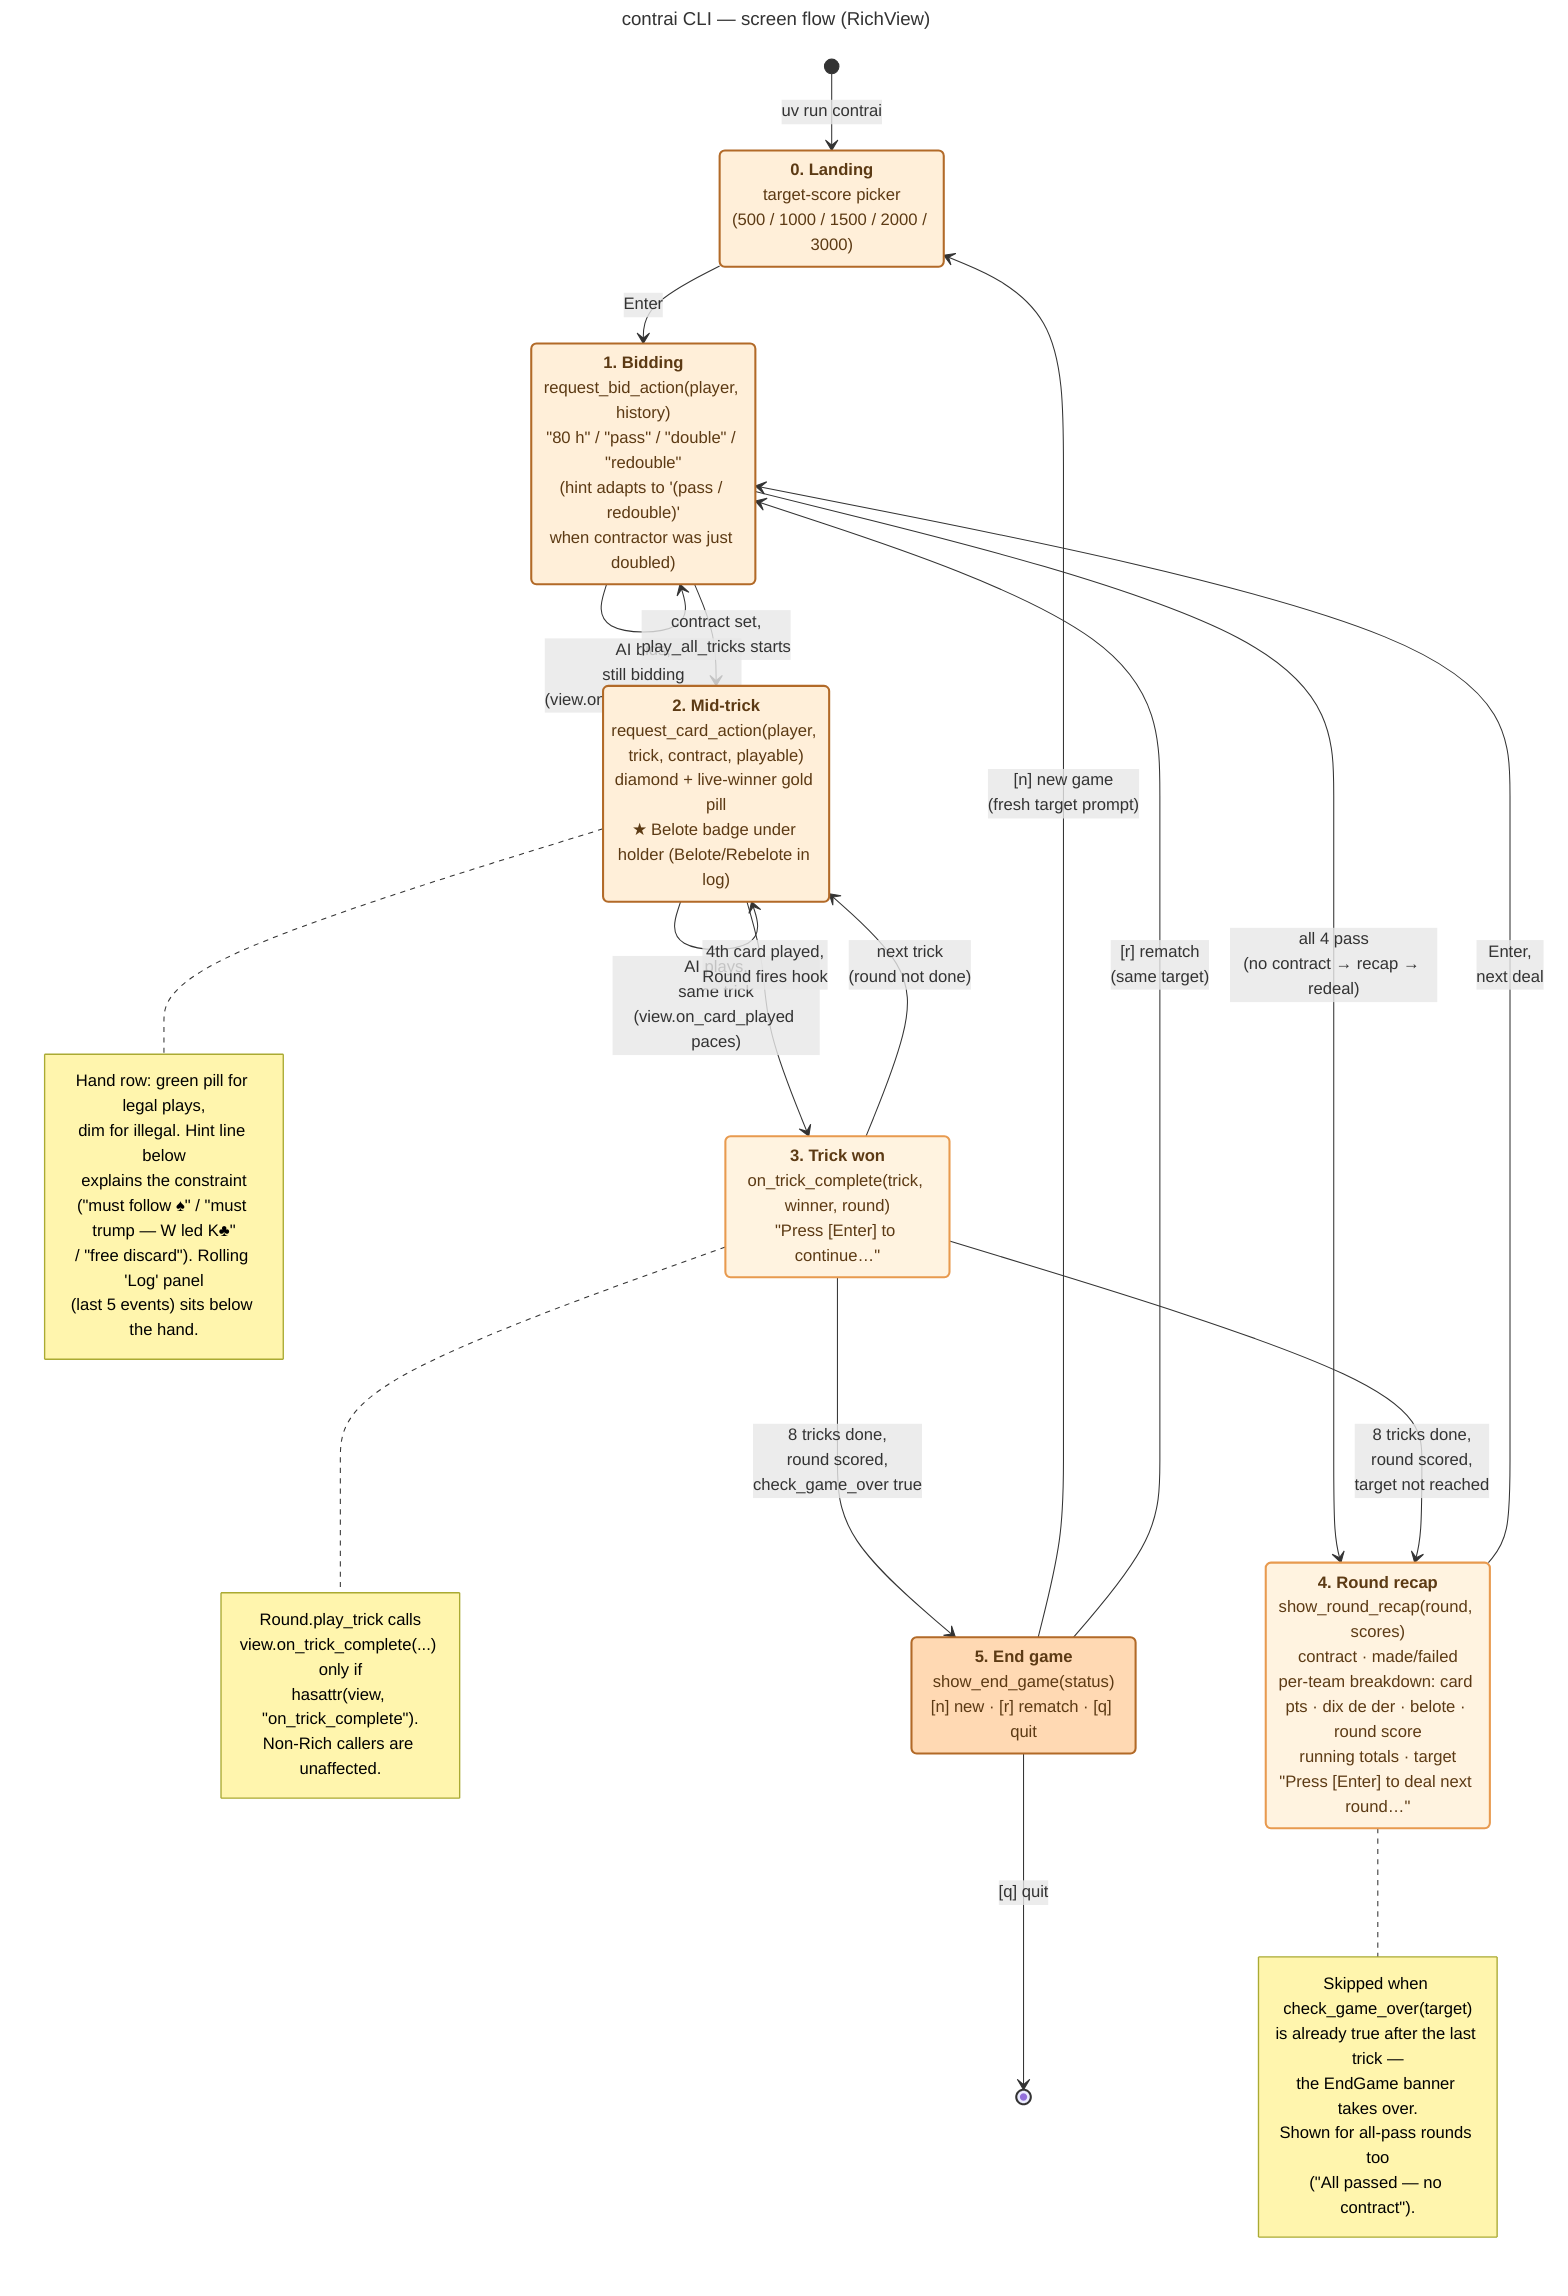
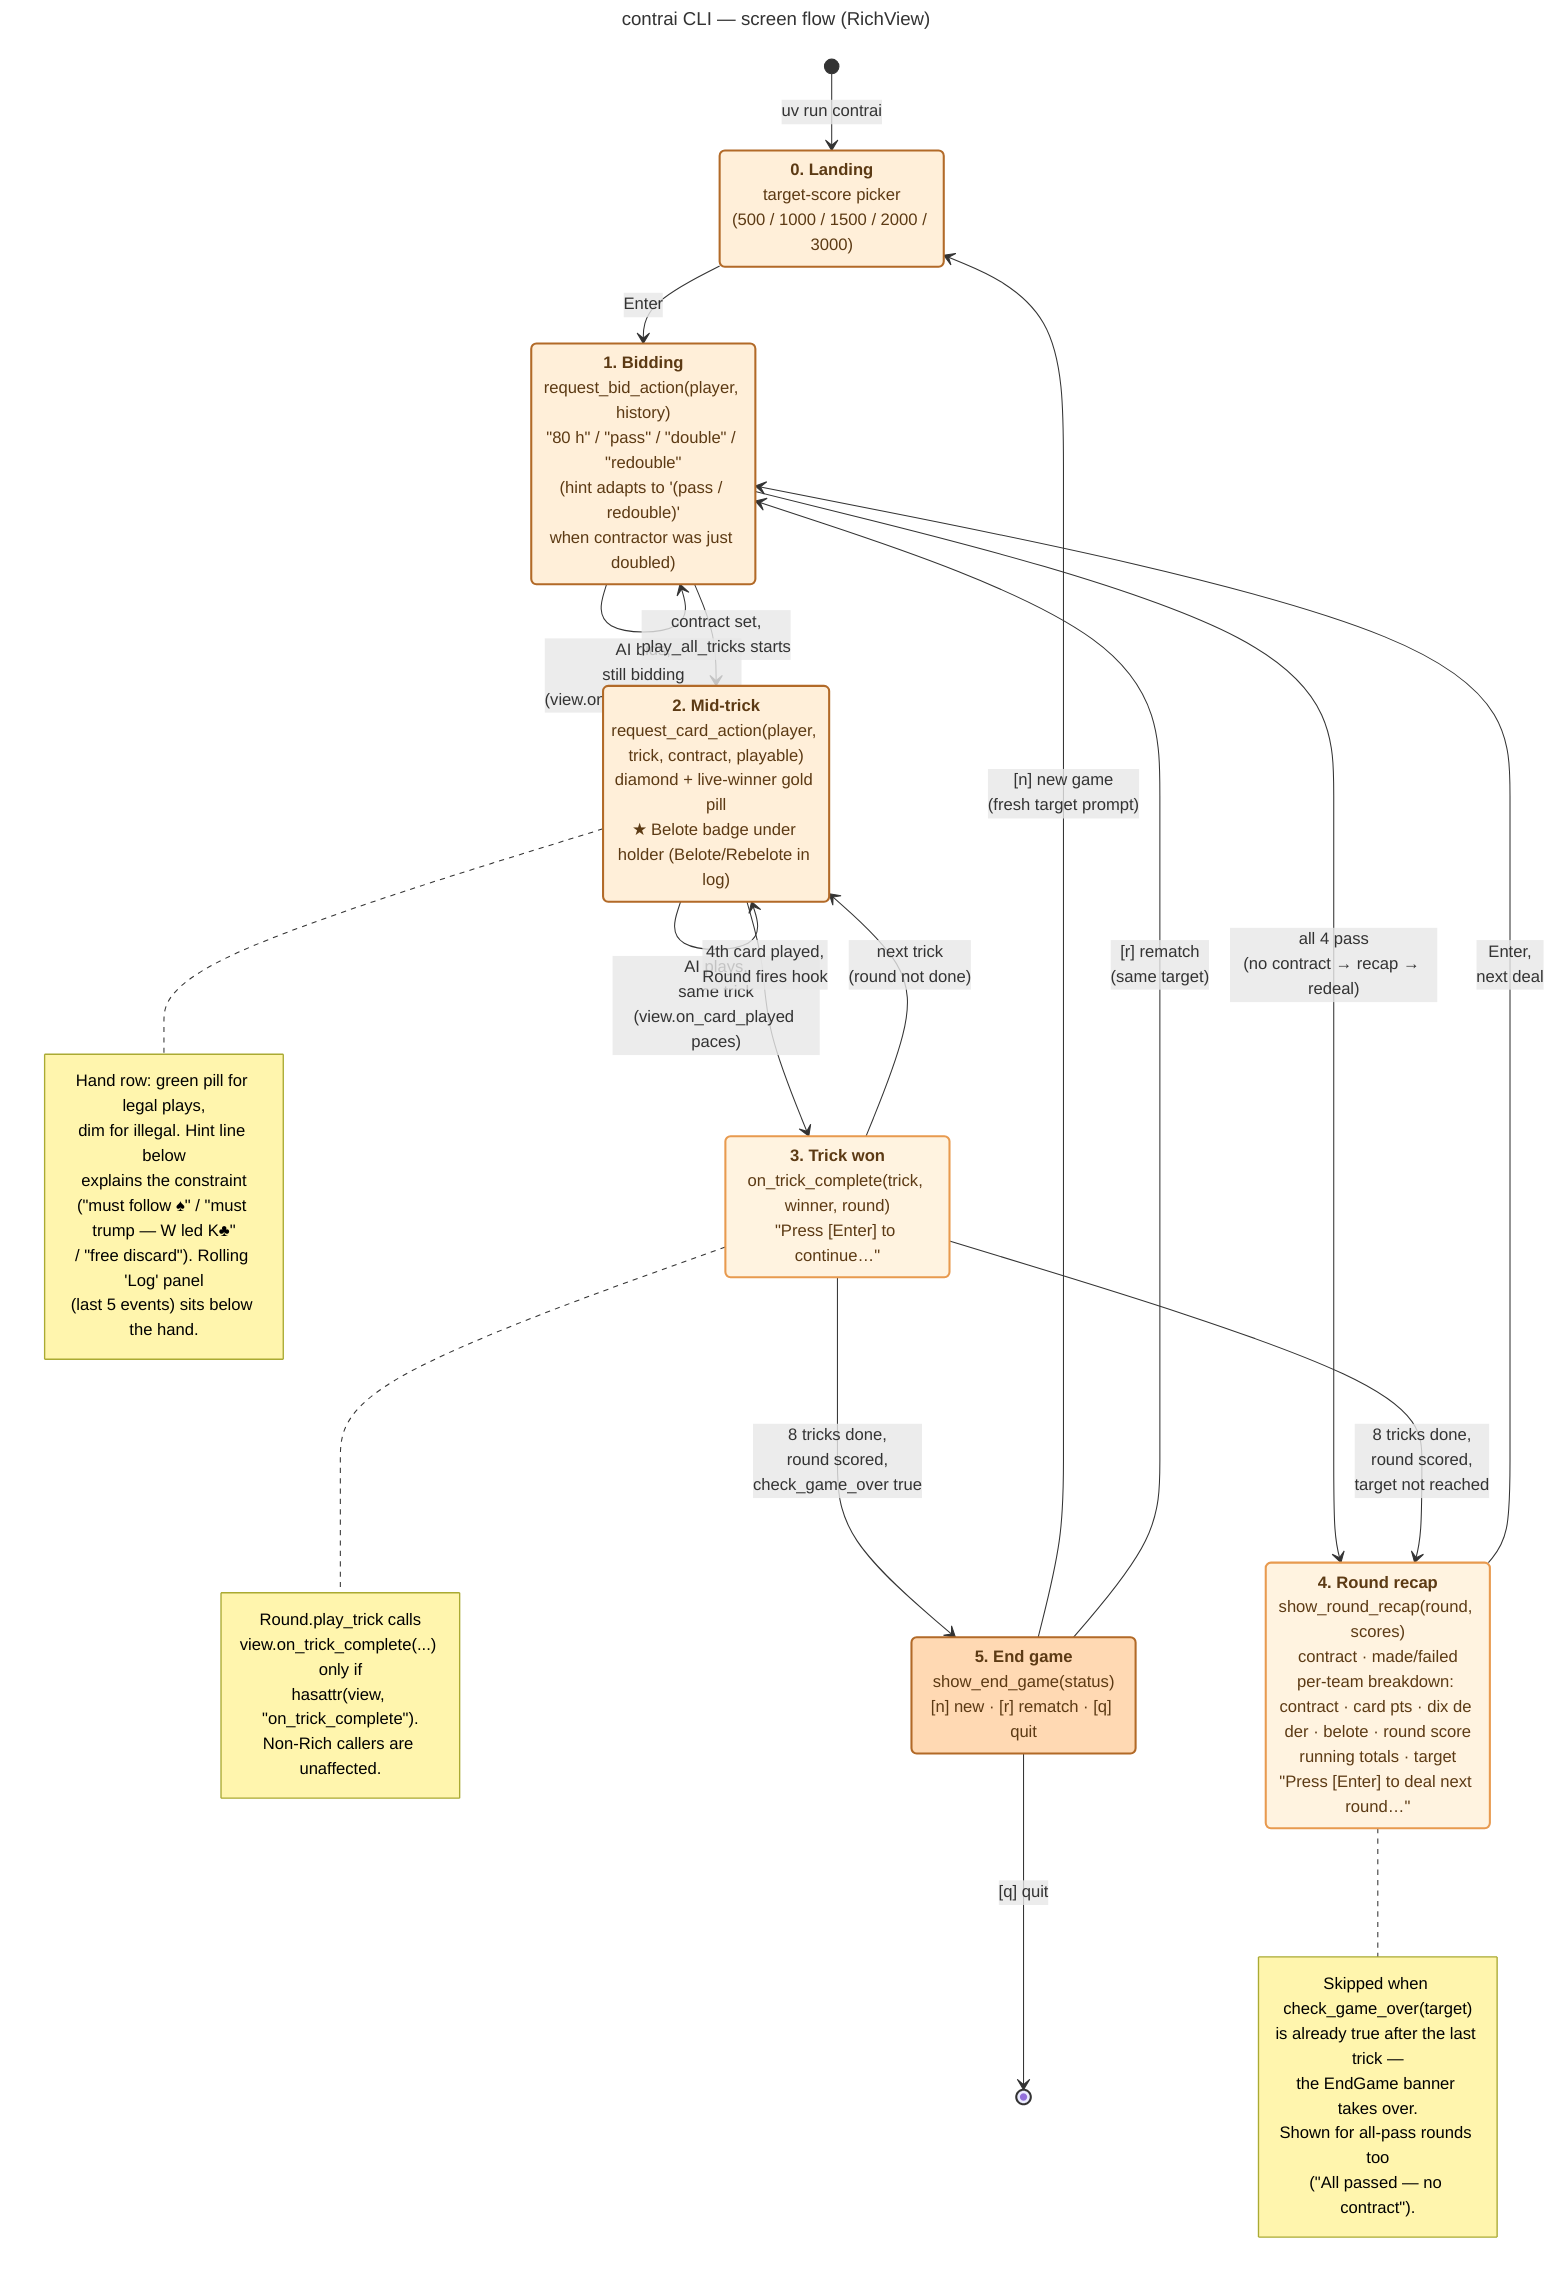
---
title: contrai CLI — screen flow (RichView)
---
stateDiagram-v2
    direction TB

    [*] --> Landing : uv run contrai

    Landing : <b>0. Landing</b><br/>target-score picker<br/>(500 / 1000 / 1500 / 2000 / 3000)
    Bidding : <b>1. Bidding</b><br/>request_bid_action(player, history)<br/>"80 h" / "pass" / "double" / "redouble"<br/>(hint adapts to '(pass / redouble)'<br/>when contractor was just doubled)
    MidTrick : <b>2. Mid-trick</b><br/>request_card_action(player, trick, contract, playable)<br/>diamond + live-winner gold pill<br/>★ Belote badge under holder (Belote/Rebelote in log)
    TrickWon : <b>3. Trick won</b><br/>on_trick_complete(trick, winner, round)<br/>"Press [Enter] to continue…"
-     RoundRecap : <b>4. Round recap</b><br/>show_round_recap(round, scores)<br/>contract · made/failed<br/>per-team breakdown: card pts · dix de der · belote · round score<br/>running totals · target<br/>"Press [Enter] to deal next round…"
+     RoundRecap : <b>4. Round recap</b><br/>show_round_recap(round, scores)<br/>contract · made/failed<br/>per-team breakdown: contract · card pts · dix de der · belote · round score<br/>running totals · target<br/>"Press [Enter] to deal next round…"
    EndGame : <b>5. End game</b><br/>show_end_game(status)<br/>[n] new · [r] rematch · [q] quit

    Landing --> Bidding : Enter
    Bidding --> Bidding : AI bids,<br/>still bidding<br/>(view.on_bid_made paces)
    Bidding --> RoundRecap : all 4 pass<br/>(no contract → recap → redeal)
    Bidding --> MidTrick : contract set,<br/>play_all_tricks starts
    MidTrick --> MidTrick : AI plays,<br/>same trick<br/>(view.on_card_played paces)
    MidTrick --> TrickWon : 4th card played,<br/>Round fires hook
    TrickWon --> MidTrick : next trick<br/>(round not done)
    TrickWon --> RoundRecap : 8 tricks done,<br/>round scored,<br/>target not reached
    TrickWon --> EndGame : 8 tricks done,<br/>round scored,<br/>check_game_over true
    RoundRecap --> Bidding : Enter,<br/>next deal

    EndGame --> Landing : [n] new game<br/>(fresh target prompt)
    EndGame --> Bidding : [r] rematch<br/>(same target)
    EndGame --> [*] : [q] quit

    note right of MidTrick
        Hand row: green pill for legal plays,
        dim for illegal. Hint line below
        explains the constraint
        ("must follow ♠" / "must trump — W led K♣"
        / "free discard"). Rolling 'Log' panel
        (last 5 events) sits below the hand.
    end note

    note right of TrickWon
        Round.play_trick calls
        view.on_trick_complete(...) only if
        hasattr(view, "on_trick_complete").
        Non-Rich callers are unaffected.
    end note

    note right of RoundRecap
        Skipped when check_game_over(target)
        is already true after the last trick —
        the EndGame banner takes over.
        Shown for all-pass rounds too
        ("All passed — no contract").
    end note

    classDef screen0 fill:#FFEFD9,stroke:#B26A28,stroke-width:2px,color:#5C3A14;
    classDef screen1 fill:#FFEFD9,stroke:#B26A28,stroke-width:2px,color:#5C3A14;
    classDef screen2 fill:#FFEFD9,stroke:#B26A28,stroke-width:2px,color:#5C3A14;
    classDef screen3 fill:#FFF3E0,stroke:#E89A4F,stroke-width:2px,color:#5C3A14;
    classDef screen4 fill:#FFF3E0,stroke:#E89A4F,stroke-width:2px,color:#5C3A14;
    classDef screen5 fill:#FFD9B3,stroke:#B26A28,stroke-width:2px,color:#5C3A14;

    class Landing screen0
    class Bidding screen1
    class MidTrick screen2
    class TrickWon screen3
    class RoundRecap screen4
    class EndGame screen5
